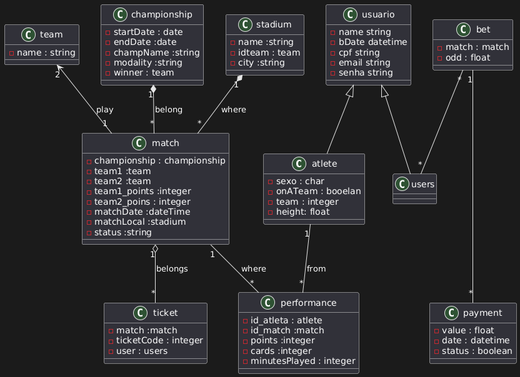
The PlantUML diagram Diagramas/DiagramaClasses/diagramaClasses.png in ALfLuisV/TrabalhoFinal_ProjetoSW, before a commit. The source it was exported from:
```plantuml
@startuml
class atlete{
 -sexo : char
 -onATeam : booelan
 -team : integer
 -height: float
}

class team {
-name : string
}

class championship {
  -startDate : date
  -endDate :date
  -champName :string
  -modality :string
  -winner : team
}

class match {
-championship : championship
-team1 :team
-team2 :team
-team1_points :integer
-team2_poins : integer
-matchDate :dateTime
-matchLocal :stadium
-status :string
}

class stadium {
  -name :string
  -idteam : team
  -city :string
}

class ticket {
  -match :match
  -ticketCode : integer
  -user : users
}

class usuario{
  -name string
  -bDate datetime
  -cpf string
  -email string
  -senha string
}

class users {

}

class bet {
  -match : match
  -odd : float
}

class payment {
  -value : float
  -date : datetime
  -status : boolean
}

class performance {
  -id_atleta : atlete
  -id_match :match
  -points :integer
  -cards :integer
  -minutesPlayed : integer
}

usuario <|-- atlete
usuario <|-- users
championship "1" *-- "*" match : belong
team "2" <-- "1" match: play
stadium "1" *-- "*" match : where
atlete "1" -- "*" performance : from
match "1" -- "*" performance : where
match "1" o-- "*" ticket : belongs
bet "1" --- "*" payment
bet "*" -- "*" users
@enduml
```
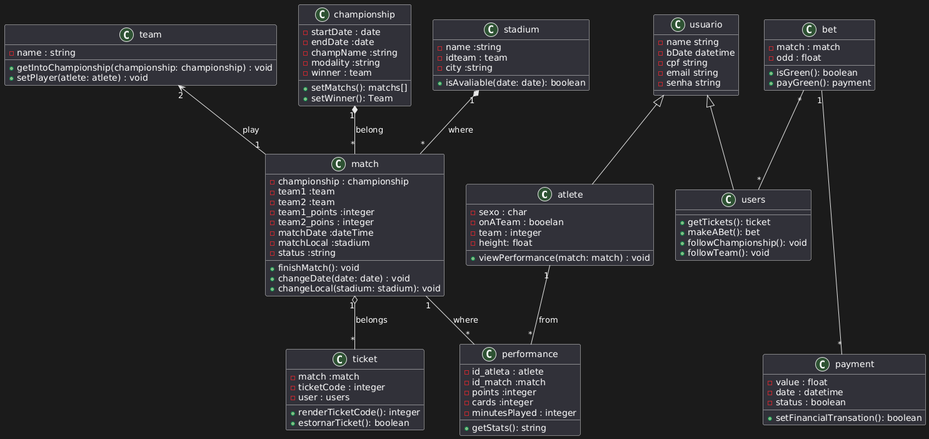
The same diagram one commit later.

Diff of the diagram source:
```diff
@@ -4,10 +4,13 @@
  -onATeam : booelan
  -team : integer
  -height: float
+ + viewPerformance(match: match) : void
 }
 
 class team {
 -name : string
+ + getIntoChampionship(championship: championship) : void
+ + setPlayer(atlete: atlete) : void
 }
 
 class championship {
@@ -16,6 +19,8 @@
   -champName :string
   -modality :string
   -winner : team
++ setMatchs(): matchs[]
++ setWinner(): Team
 }
 
 class match {
@@ -27,18 +32,24 @@
 -matchDate :dateTime
 -matchLocal :stadium
 -status :string
++ finishMatch(): void
++ changeDate(date: date) : void
++ changeLocal(stadium: stadium): void
 }
 
 class stadium {
   -name :string
   -idteam : team
   -city :string
++ isAvaliable(date: date): boolean
 }
 
 class ticket {
   -match :match
   -ticketCode : integer
   -user : users
++ renderTicketCode(): integer
++ estornarTicket(): boolean
 }
 
 class usuario{
@@ -50,18 +61,24 @@
 }
 
 class users {
-
++getTickets(): ticket
++makeABet(): bet
++ followChampionship(): void
++ followTeam(): void
 }
 
 class bet {
   -match : match
   -odd : float
++ isGreen(): boolean
++ payGreen(): payment
 }
 
 class payment {
   -value : float
   -date : datetime
   -status : boolean
++ setFinancialTransation(): boolean
 }
 
 class performance {
@@ -70,6 +87,7 @@
   -points :integer
   -cards :integer
   -minutesPlayed : integer
++ getStats(): string
 }
 
 usuario <|-- atlete
```
